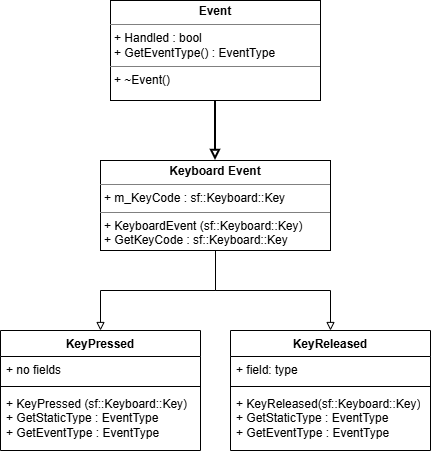
Above: Docs/Images/Keyboard Event Class Diagram.drawio.png in erikholmesdev/Thrive-Game-Engine (draw.io), before the change. Source tidied: cells renumbered, new cells last; positions are measured from the earlier drawing's top-left corner, leaving out a move shared by most shapes. Source of this version:
```xml
<mxGraphModel>
  <root>
    <mxCell id="0" />
    <mxCell id="1" parent="0" />
    <mxCell id="2" style="edgeStyle=orthogonalEdgeStyle;rounded=0;jettySize=auto;html=1;endArrow=block;endFill=0;labelBackgroundColor=none;fontColor=default;strokeWidth=2;" parent="1" edge="1" source="3">
      <mxGeometry relative="1" as="geometry">
        <mxPoint x="215" y="160" as="targetPoint" />
      </mxGeometry>
    </mxCell>
    <mxCell id="3" value="&lt;p style=&quot;margin:0px;margin-top:4px;text-align:center;&quot;&gt;&lt;b&gt;Event&lt;/b&gt;&lt;/p&gt;&lt;hr size=&quot;1&quot; style=&quot;border-style:solid;&quot;&gt;&lt;p style=&quot;margin:0px;margin-left:4px;&quot;&gt;+ Handled : bool&lt;/p&gt;&lt;p style=&quot;margin:0px;margin-left:4px;&quot;&gt;+ GetEventType() : EventType&lt;/p&gt;&lt;hr size=&quot;1&quot; style=&quot;border-style:solid;&quot;&gt;&lt;p style=&quot;margin:0px;margin-left:4px;&quot;&gt;+ ~Event()&lt;/p&gt;&lt;p style=&quot;margin:0px;margin-left:4px;&quot;&gt;&lt;br&gt;&lt;/p&gt;" style="verticalAlign=top;align=left;overflow=fill;html=1;whiteSpace=wrap;labelBackgroundColor=none;" parent="1" vertex="1">
      <mxGeometry x="110" width="210" height="100" as="geometry" />
    </mxCell>
    <mxCell id="4" style="edgeStyle=orthogonalEdgeStyle;rounded=0;jettySize=auto;html=1;entryX=0.5;entryY=0;entryDx=0;entryDy=0;endArrow=block;endFill=0;" parent="1" edge="1" source="6" target="7">
      <mxGeometry relative="1" as="geometry" />
    </mxCell>
    <mxCell id="5" style="edgeStyle=orthogonalEdgeStyle;rounded=0;jettySize=auto;html=1;entryX=0.5;entryY=0;entryDx=0;entryDy=0;endArrow=block;endFill=0;" parent="1" edge="1" source="6" target="11">
      <mxGeometry relative="1" as="geometry" />
    </mxCell>
    <mxCell id="6" value="&lt;p style=&quot;margin:0px;margin-top:4px;text-align:center;&quot;&gt;&lt;b&gt;Keyboard Event&lt;/b&gt;&lt;/p&gt;&lt;hr size=&quot;1&quot; style=&quot;border-style:solid;&quot;&gt;&lt;p style=&quot;margin:0px;margin-left:4px;&quot;&gt;+ m_KeyCode : sf::Keyboard::Key&lt;/p&gt;&lt;hr size=&quot;1&quot; style=&quot;border-style:solid;&quot;&gt;&lt;p style=&quot;margin:0px;margin-left:4px;&quot;&gt;+&lt;span style=&quot;background-color: transparent; color: light-dark(rgb(0, 0, 0), rgb(255, 255, 255));&quot;&gt;&amp;nbsp;KeyboardEvent (sf::Keyboard::Key)&amp;nbsp;&lt;/span&gt;&lt;/p&gt;&lt;p style=&quot;margin:0px;margin-left:4px;&quot;&gt;&lt;span style=&quot;background-color: transparent; color: light-dark(rgb(0, 0, 0), rgb(255, 255, 255));&quot;&gt;+ GetKeyCode : sf::Keyboard::Key&lt;/span&gt;&lt;/p&gt;&lt;p style=&quot;margin:0px;margin-left:4px;&quot;&gt;&lt;br&gt;&lt;/p&gt;" style="verticalAlign=top;align=left;overflow=fill;html=1;whiteSpace=wrap;labelBackgroundColor=none;" parent="1" vertex="1">
      <mxGeometry x="100" y="160" width="230" height="90" as="geometry" />
    </mxCell>
    <mxCell id="7" value="KeyPressed" style="swimlane;fontStyle=1;align=center;verticalAlign=top;horizontal=1;startSize=26;whiteSpace=wrap;html=1;labelBackgroundColor=none;" parent="1" vertex="1">
      <mxGeometry y="330" width="200" height="120" as="geometry" />
    </mxCell>
    <mxCell id="8" value="+ no fields" style="text;strokeColor=none;fillColor=none;align=left;verticalAlign=top;spacingLeft=4;spacingRight=4;overflow=hidden;whiteSpace=wrap;html=1;labelBackgroundColor=none;" parent="7" vertex="1">
      <mxGeometry y="26" width="200" height="26" as="geometry" />
    </mxCell>
    <mxCell id="9" style="line;strokeWidth=1;fillColor=none;align=left;verticalAlign=middle;spacingTop=-1;spacingLeft=3;spacingRight=3;labelPosition=right;labelBackgroundColor=none;" parent="7" vertex="1">
      <mxGeometry y="52" width="200" height="8" as="geometry" />
    </mxCell>
    <mxCell id="10" value="+ KeyPressed (sf::Keyboard::Key)&lt;div&gt;+ GetStaticType : EventType&lt;/div&gt;&lt;div&gt;+ GetEventType : EventType&lt;/div&gt;" style="text;strokeColor=none;fillColor=none;align=left;verticalAlign=top;spacingLeft=4;spacingRight=4;overflow=hidden;whiteSpace=wrap;html=1;labelBackgroundColor=none;" parent="7" vertex="1">
      <mxGeometry y="60" width="200" height="60" as="geometry" />
    </mxCell>
    <mxCell id="11" value="KeyReleased" style="swimlane;fontStyle=1;align=center;verticalAlign=top;horizontal=1;startSize=26;whiteSpace=wrap;html=1;labelBackgroundColor=none;" parent="1" vertex="1">
      <mxGeometry x="230" y="330" width="200" height="120" as="geometry" />
    </mxCell>
    <mxCell id="12" value="+ field: type" style="text;strokeColor=none;fillColor=none;align=left;verticalAlign=top;spacingLeft=4;spacingRight=4;overflow=hidden;whiteSpace=wrap;html=1;labelBackgroundColor=none;" parent="11" vertex="1">
      <mxGeometry y="26" width="200" height="26" as="geometry" />
    </mxCell>
    <mxCell id="13" style="line;strokeWidth=1;fillColor=none;align=left;verticalAlign=middle;spacingTop=-1;spacingLeft=3;spacingRight=3;labelPosition=right;labelBackgroundColor=none;" parent="11" vertex="1">
      <mxGeometry y="52" width="200" height="8" as="geometry" />
    </mxCell>
    <mxCell id="14" value="+ KeyReleased(sf::Keyboard::Key)&lt;div&gt;+&amp;nbsp;&lt;span style=&quot;background-color: transparent; color: light-dark(rgb(0, 0, 0), rgb(255, 255, 255));&quot;&gt;GetStaticType : EventType&lt;/span&gt;&lt;div&gt;+ GetEventType : EventType&lt;/div&gt;&lt;div&gt;&lt;br&gt;&lt;/div&gt;&lt;/div&gt;" style="text;strokeColor=none;fillColor=none;align=left;verticalAlign=top;spacingLeft=4;spacingRight=4;overflow=hidden;whiteSpace=wrap;html=1;labelBackgroundColor=none;" parent="11" vertex="1">
      <mxGeometry y="60" width="200" height="60" as="geometry" />
    </mxCell>
  </root>
</mxGraphModel>
```
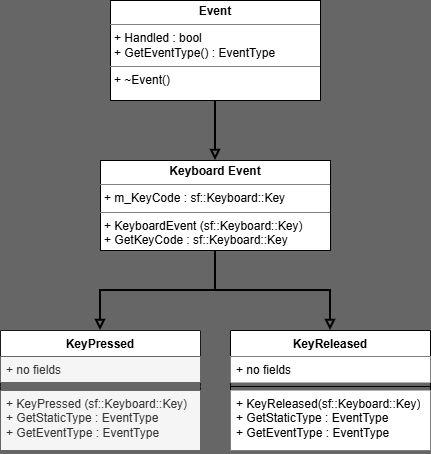
After the change.

The edit, as a diff of the source:
```diff
@@ -1,4 +1,4 @@
-<mxGraphModel>
+<mxGraphModel background="#666666">
   <root>
     <mxCell id="0" />
     <mxCell id="1" parent="0" />
@@ -10,37 +10,37 @@
     <mxCell id="3" value="&lt;p style=&quot;margin:0px;margin-top:4px;text-align:center;&quot;&gt;&lt;b&gt;Event&lt;/b&gt;&lt;/p&gt;&lt;hr size=&quot;1&quot; style=&quot;border-style:solid;&quot;&gt;&lt;p style=&quot;margin:0px;margin-left:4px;&quot;&gt;+ Handled : bool&lt;/p&gt;&lt;p style=&quot;margin:0px;margin-left:4px;&quot;&gt;+ GetEventType() : EventType&lt;/p&gt;&lt;hr size=&quot;1&quot; style=&quot;border-style:solid;&quot;&gt;&lt;p style=&quot;margin:0px;margin-left:4px;&quot;&gt;+ ~Event()&lt;/p&gt;&lt;p style=&quot;margin:0px;margin-left:4px;&quot;&gt;&lt;br&gt;&lt;/p&gt;" style="verticalAlign=top;align=left;overflow=fill;html=1;whiteSpace=wrap;labelBackgroundColor=none;" parent="1" vertex="1">
       <mxGeometry x="110" width="210" height="100" as="geometry" />
     </mxCell>
-    <mxCell id="4" style="edgeStyle=orthogonalEdgeStyle;rounded=0;jettySize=auto;html=1;entryX=0.5;entryY=0;entryDx=0;entryDy=0;endArrow=block;endFill=0;" parent="1" edge="1" source="6" target="7">
+    <mxCell id="4" style="edgeStyle=orthogonalEdgeStyle;rounded=0;jettySize=auto;html=1;entryX=0.5;entryY=0;entryDx=0;entryDy=0;endArrow=block;endFill=0;strokeWidth=2;" parent="1" edge="1" source="6" target="7">
       <mxGeometry relative="1" as="geometry" />
     </mxCell>
-    <mxCell id="5" style="edgeStyle=orthogonalEdgeStyle;rounded=0;jettySize=auto;html=1;entryX=0.5;entryY=0;entryDx=0;entryDy=0;endArrow=block;endFill=0;" parent="1" edge="1" source="6" target="11">
+    <mxCell id="5" style="edgeStyle=orthogonalEdgeStyle;rounded=0;jettySize=auto;html=1;entryX=0.5;entryY=0;entryDx=0;entryDy=0;endArrow=block;endFill=0;strokeWidth=2;" parent="1" edge="1" source="6" target="11">
       <mxGeometry relative="1" as="geometry" />
     </mxCell>
     <mxCell id="6" value="&lt;p style=&quot;margin:0px;margin-top:4px;text-align:center;&quot;&gt;&lt;b&gt;Keyboard Event&lt;/b&gt;&lt;/p&gt;&lt;hr size=&quot;1&quot; style=&quot;border-style:solid;&quot;&gt;&lt;p style=&quot;margin:0px;margin-left:4px;&quot;&gt;+ m_KeyCode : sf::Keyboard::Key&lt;/p&gt;&lt;hr size=&quot;1&quot; style=&quot;border-style:solid;&quot;&gt;&lt;p style=&quot;margin:0px;margin-left:4px;&quot;&gt;+&lt;span style=&quot;background-color: transparent; color: light-dark(rgb(0, 0, 0), rgb(255, 255, 255));&quot;&gt;&amp;nbsp;KeyboardEvent (sf::Keyboard::Key)&amp;nbsp;&lt;/span&gt;&lt;/p&gt;&lt;p style=&quot;margin:0px;margin-left:4px;&quot;&gt;&lt;span style=&quot;background-color: transparent; color: light-dark(rgb(0, 0, 0), rgb(255, 255, 255));&quot;&gt;+ GetKeyCode : sf::Keyboard::Key&lt;/span&gt;&lt;/p&gt;&lt;p style=&quot;margin:0px;margin-left:4px;&quot;&gt;&lt;br&gt;&lt;/p&gt;" style="verticalAlign=top;align=left;overflow=fill;html=1;whiteSpace=wrap;labelBackgroundColor=none;" parent="1" vertex="1">
       <mxGeometry x="100" y="160" width="230" height="90" as="geometry" />
     </mxCell>
-    <mxCell id="7" value="KeyPressed" style="swimlane;fontStyle=1;align=center;verticalAlign=top;horizontal=1;startSize=26;whiteSpace=wrap;html=1;labelBackgroundColor=none;" parent="1" vertex="1">
+    <mxCell id="7" value="KeyPressed" style="swimlane;fontStyle=1;align=center;verticalAlign=top;horizontal=1;startSize=26;whiteSpace=wrap;html=1;labelBackgroundColor=none;strokeColor=#1A1A1A;" parent="1" vertex="1">
       <mxGeometry y="330" width="200" height="120" as="geometry" />
     </mxCell>
-    <mxCell id="8" value="+ no fields" style="text;strokeColor=none;fillColor=none;align=left;verticalAlign=top;spacingLeft=4;spacingRight=4;overflow=hidden;whiteSpace=wrap;html=1;labelBackgroundColor=none;" parent="7" vertex="1">
+    <mxCell id="8" value="+ no fields" style="text;strokeColor=#666666;fillColor=#f5f5f5;align=left;verticalAlign=top;spacingLeft=4;spacingRight=4;overflow=hidden;whiteSpace=wrap;html=1;labelBackgroundColor=none;fontColor=#333333;" parent="7" vertex="1">
       <mxGeometry y="26" width="200" height="26" as="geometry" />
     </mxCell>
-    <mxCell id="9" style="line;strokeWidth=1;fillColor=none;align=left;verticalAlign=middle;spacingTop=-1;spacingLeft=3;spacingRight=3;labelPosition=right;labelBackgroundColor=none;" parent="7" vertex="1">
+    <mxCell id="9" style="line;strokeWidth=1;align=left;verticalAlign=middle;spacingTop=-1;spacingLeft=3;spacingRight=3;labelPosition=right;labelBackgroundColor=none;fillColor=#f5f5f5;fontColor=#333333;strokeColor=#666666;" parent="7" vertex="1">
       <mxGeometry y="52" width="200" height="8" as="geometry" />
     </mxCell>
-    <mxCell id="10" value="+ KeyPressed (sf::Keyboard::Key)&lt;div&gt;+ GetStaticType : EventType&lt;/div&gt;&lt;div&gt;+ GetEventType : EventType&lt;/div&gt;" style="text;strokeColor=none;fillColor=none;align=left;verticalAlign=top;spacingLeft=4;spacingRight=4;overflow=hidden;whiteSpace=wrap;html=1;labelBackgroundColor=none;" parent="7" vertex="1">
+    <mxCell id="10" value="+ KeyPressed (sf::Keyboard::Key)&lt;div&gt;+ GetStaticType : EventType&lt;/div&gt;&lt;div&gt;+ GetEventType : EventType&lt;/div&gt;" style="text;align=left;verticalAlign=top;spacingLeft=4;spacingRight=4;overflow=hidden;whiteSpace=wrap;html=1;labelBackgroundColor=none;fillColor=#f5f5f5;fontColor=#333333;strokeColor=#666666;" parent="7" vertex="1">
       <mxGeometry y="60" width="200" height="60" as="geometry" />
     </mxCell>
     <mxCell id="11" value="KeyReleased" style="swimlane;fontStyle=1;align=center;verticalAlign=top;horizontal=1;startSize=26;whiteSpace=wrap;html=1;labelBackgroundColor=none;" parent="1" vertex="1">
       <mxGeometry x="230" y="330" width="200" height="120" as="geometry" />
     </mxCell>
-    <mxCell id="12" value="+ field: type" style="text;strokeColor=none;fillColor=none;align=left;verticalAlign=top;spacingLeft=4;spacingRight=4;overflow=hidden;whiteSpace=wrap;html=1;labelBackgroundColor=none;" parent="11" vertex="1">
+    <mxCell id="12" value="+ no fields" style="text;strokeColor=none;fillColor=default;align=left;verticalAlign=top;spacingLeft=4;spacingRight=4;overflow=hidden;whiteSpace=wrap;html=1;labelBackgroundColor=none;" parent="11" vertex="1">
       <mxGeometry y="26" width="200" height="26" as="geometry" />
     </mxCell>
     <mxCell id="13" style="line;strokeWidth=1;fillColor=none;align=left;verticalAlign=middle;spacingTop=-1;spacingLeft=3;spacingRight=3;labelPosition=right;labelBackgroundColor=none;" parent="11" vertex="1">
       <mxGeometry y="52" width="200" height="8" as="geometry" />
     </mxCell>
-    <mxCell id="14" value="+ KeyReleased(sf::Keyboard::Key)&lt;div&gt;+&amp;nbsp;&lt;span style=&quot;background-color: transparent; color: light-dark(rgb(0, 0, 0), rgb(255, 255, 255));&quot;&gt;GetStaticType : EventType&lt;/span&gt;&lt;div&gt;+ GetEventType : EventType&lt;/div&gt;&lt;div&gt;&lt;br&gt;&lt;/div&gt;&lt;/div&gt;" style="text;strokeColor=none;fillColor=none;align=left;verticalAlign=top;spacingLeft=4;spacingRight=4;overflow=hidden;whiteSpace=wrap;html=1;labelBackgroundColor=none;" parent="11" vertex="1">
+    <mxCell id="14" value="+ KeyReleased(sf::Keyboard::Key)&lt;div&gt;+&amp;nbsp;&lt;span style=&quot;background-color: transparent; color: light-dark(rgb(0, 0, 0), rgb(255, 255, 255));&quot;&gt;GetStaticType : EventType&lt;/span&gt;&lt;div&gt;+ GetEventType : EventType&lt;/div&gt;&lt;div&gt;&lt;br&gt;&lt;/div&gt;&lt;/div&gt;" style="text;strokeColor=none;fillColor=default;align=left;verticalAlign=top;spacingLeft=4;spacingRight=4;overflow=hidden;whiteSpace=wrap;html=1;labelBackgroundColor=none;" parent="11" vertex="1">
       <mxGeometry y="60" width="200" height="60" as="geometry" />
     </mxCell>
   </root>
```
